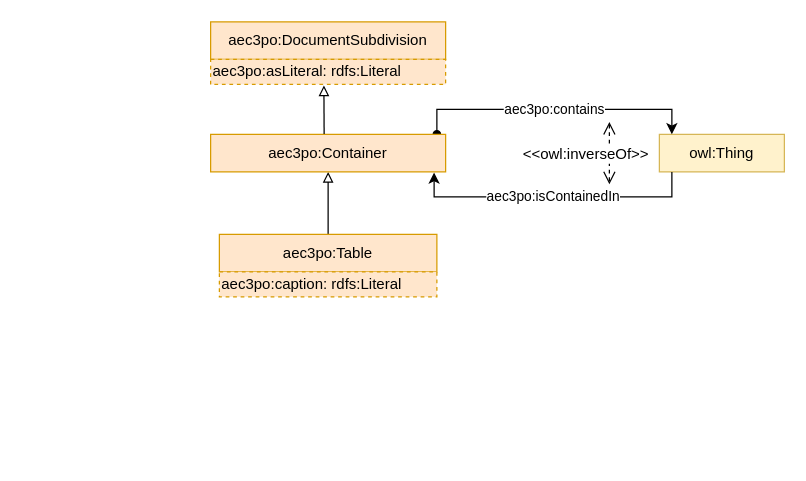
Above: page "table" (9 of 12) of resources/aec3po.drawio in Accord-Project/aec3po (draw.io), before the change. Source tidied: cells renumbered, new cells numbered last; positions are measured from the earlier drawing's top-left corner, leaving out a move shared by most shapes. Both pictures are drawn from the tidied source at 125%, with x=0, y=0 at pixel (210, 21).
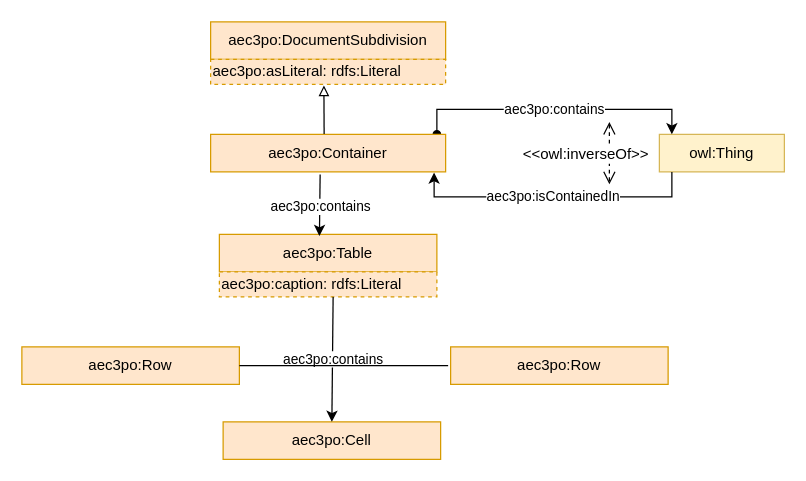
Above is the later version.

The change refers to these unchanged cells:
```xml
<mxCell id="8" value="aec3po:Table" style="rounded=0;whiteSpace=wrap;html=1;snapToPoint=1;points=[[0.1,0],[0.2,0],[0.3,0],[0.4,0],[0.5,0],[0.6,0],[0.7,0],[0.8,0],[0.9,0],[0,0.1],[0,0.3],[0,0.5],[0,0.7],[0,0.9],[0.1,1],[0.2,1],[0.3,1],[0.4,1],[0.5,1],[0.6,1],[0.7,1],[0.8,1],[0.9,1],[1,0.1],[1,0.3],[1,0.5],[1,0.7],[1,0.9]];fillColor=#ffe6cc;strokeColor=#d79b00;" parent="1" vertex="1">
  <mxGeometry x="7" y="170" width="174" height="30" as="geometry" />
</mxCell>
<mxCell id="9" value="aec3po:Container" style="rounded=0;whiteSpace=wrap;html=1;snapToPoint=1;points=[[0.1,0],[0.2,0],[0.3,0],[0.4,0],[0.5,0],[0.6,0],[0.7,0],[0.8,0],[0.9,0],[0,0.1],[0,0.3],[0,0.5],[0,0.7],[0,0.9],[0.1,1],[0.2,1],[0.3,1],[0.4,1],[0.5,1],[0.6,1],[0.7,1],[0.8,1],[0.9,1],[1,0.1],[1,0.3],[1,0.5],[1,0.7],[1,0.9]];fillColor=#ffe6cc;strokeColor=#d79b00;" parent="1" vertex="1">
  <mxGeometry y="90" width="188" height="30" as="geometry" />
</mxCell>
```

The edit, as a diff of the source:
```diff
@@
-    <mxCell id="7" style="edgeStyle=orthogonalEdgeStyle;rounded=0;jettySize=auto;html=1;entryX=0.5;entryY=1;entryDx=0;entryDy=0;fontSize=11;startArrow=none;startFill=0;endArrow=block;endFill=0;" parent="1" edge="1" source="8">
-      <mxGeometry relative="1" as="geometry">
-        <mxPoint x="94" y="120" as="targetPoint" />
-      </mxGeometry>
-    </mxCell>
@@
+    <mxCell id="14" style="endArrow=classic;html=1;rounded=0;exitX=0.466;exitY=1.067;exitDx=0;exitDy=0;exitPerimeter=0;entryX=0.46;entryY=0.044;entryDx=0;entryDy=0;entryPerimeter=0;" parent="1" edge="1" source="9" target="8">
+      <mxGeometry relative="1" as="geometry" />
+    </mxCell>
+    <mxCell id="15" value="aec3po:contains" style="edgeLabel;html=1;align=center;verticalAlign=middle;" parent="14" vertex="1">
+      <mxGeometry relative="1" as="geometry" />
+    </mxCell>
+    <mxCell id="16" value="aec3po:Row" style="rounded=0;whiteSpace=wrap;html=1;snapToPoint=1;points=[[0.1,0],[0.2,0],[0.3,0],[0.4,0],[0.5,0],[0.6,0],[0.7,0],[0.8,0],[0.9,0],[0,0.1],[0,0.3],[0,0.5],[0,0.7],[0,0.9],[0.1,1],[0.2,1],[0.3,1],[0.4,1],[0.5,1],[0.6,1],[0.7,1],[0.8,1],[0.9,1],[1,0.1],[1,0.3],[1,0.5],[1,0.7],[1,0.9]];fillColor=#ffe6cc;strokeColor=#d79b00;" parent="1" vertex="1">
+      <mxGeometry x="-151" y="260" width="174" height="30" as="geometry" />
+    </mxCell>
+    <mxCell id="17" value="aec3po:Row" style="rounded=0;whiteSpace=wrap;html=1;fillColor=#ffe6cc;strokeColor=#d79b00;" parent="1" vertex="1">
+      <mxGeometry x="192" y="260" width="174" height="30" as="geometry" />
+    </mxCell>
+    <mxCell id="18" value="aec3po:Cell" style="rounded=0;whiteSpace=wrap;html=1;snapToPoint=1;points=[[0.1,0],[0.2,0],[0.3,0],[0.4,0],[0.5,0],[0.6,0],[0.7,0],[0.8,0],[0.9,0],[0,0.1],[0,0.3],[0,0.5],[0,0.7],[0,0.9],[0.1,1],[0.2,1],[0.3,1],[0.4,1],[0.5,1],[0.6,1],[0.7,1],[0.8,1],[0.9,1],[1,0.1],[1,0.3],[1,0.5],[1,0.7],[1,0.9]];fillColor=#ffe6cc;strokeColor=#d79b00;" parent="1" vertex="1">
+      <mxGeometry x="10" y="320" width="174" height="30" as="geometry" />
+    </mxCell>
+    <mxCell id="19" style="endArrow=classic;html=1;rounded=0;exitX=0.466;exitY=1.067;exitDx=0;exitDy=0;exitPerimeter=0;entryX=0.5;entryY=0;entryDx=0;entryDy=0;" parent="1" edge="1" target="18">
+      <mxGeometry relative="1" as="geometry">
+        <mxPoint x="98" y="220" as="sourcePoint" />
+      </mxGeometry>
+    </mxCell>
+    <mxCell id="20" value="aec3po:contains" style="edgeLabel;html=1;align=center;verticalAlign=middle;" parent="19" vertex="1">
+      <mxGeometry relative="1" as="geometry" />
+    </mxCell>
+    <mxCell id="21" style="endArrow=none;html=1;rounded=0;exitX=1;exitY=0.5;exitDx=0;exitDy=0;" parent="1" edge="1" source="16">
+      <mxGeometry relative="1" as="geometry">
+        <mxPoint x="190" y="275" as="targetPoint" />
+      </mxGeometry>
+    </mxCell>
```
